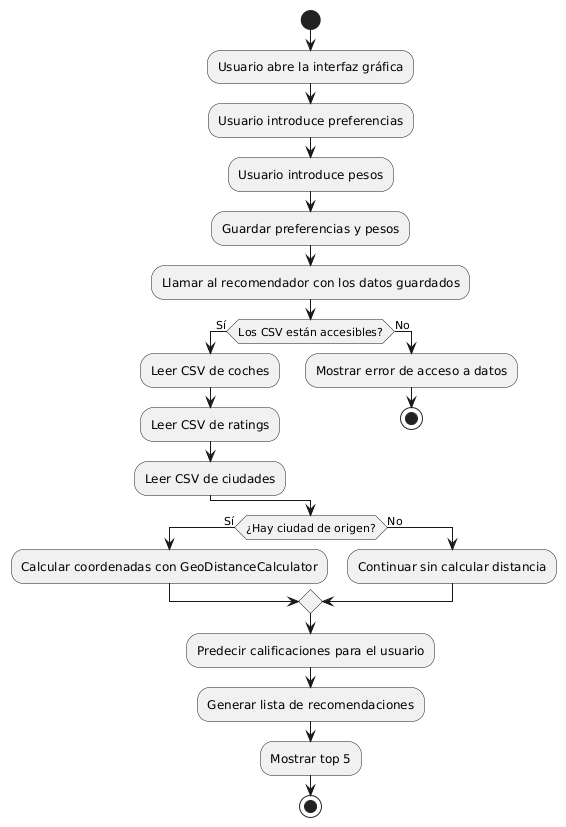
Before: diagrams/diagrama_flujo.png, a diagram exported from PlantUML (Ventupentu/Car-Finder).
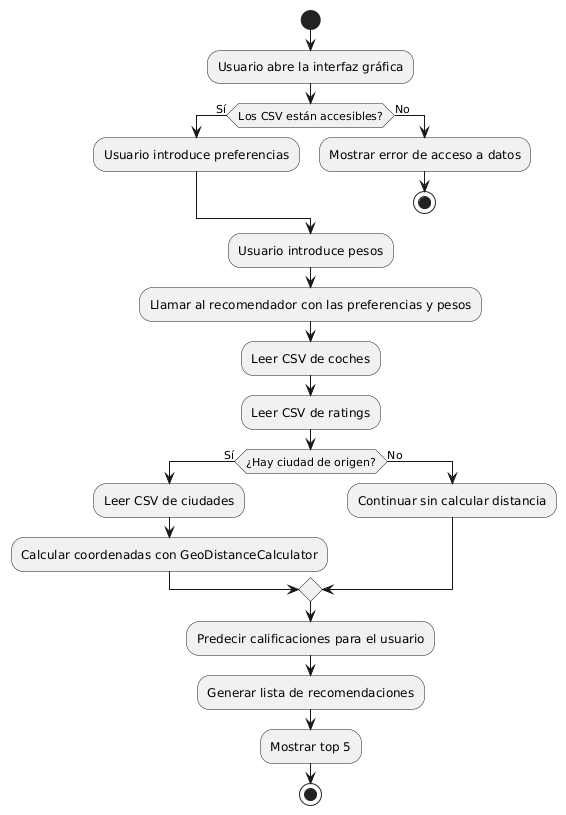
After the change.

What changed in the source:
```diff
@@ -1,25 +1,26 @@
 @startuml
 start
+
 :Usuario abre la interfaz gráfica;
-:Usuario introduce preferencias;
-:Usuario introduce pesos;
-
-:Guardar preferencias y pesos;
-
-:Llamar al recomendador con los datos guardados;
 
 if (Los CSV están accesibles?) then (Sí)
-    :Leer CSV de coches;
-    :Leer CSV de ratings;
-    :Leer CSV de ciudades;
+:Usuario introduce preferencias;
 else (No)
     :Mostrar error de acceso a datos;
     stop
 endif
 
 
+:Usuario introduce pesos;
+
+:Llamar al recomendador con las preferencias y pesos;
+    :Leer CSV de coches;
+    :Leer CSV de ratings;
+
+
 
 if (¿Hay ciudad de origen?) then (Sí)
+    :Leer CSV de ciudades;
     :Calcular coordenadas con GeoDistanceCalculator;
 else (No)
     :Continuar sin calcular distancia;
```
